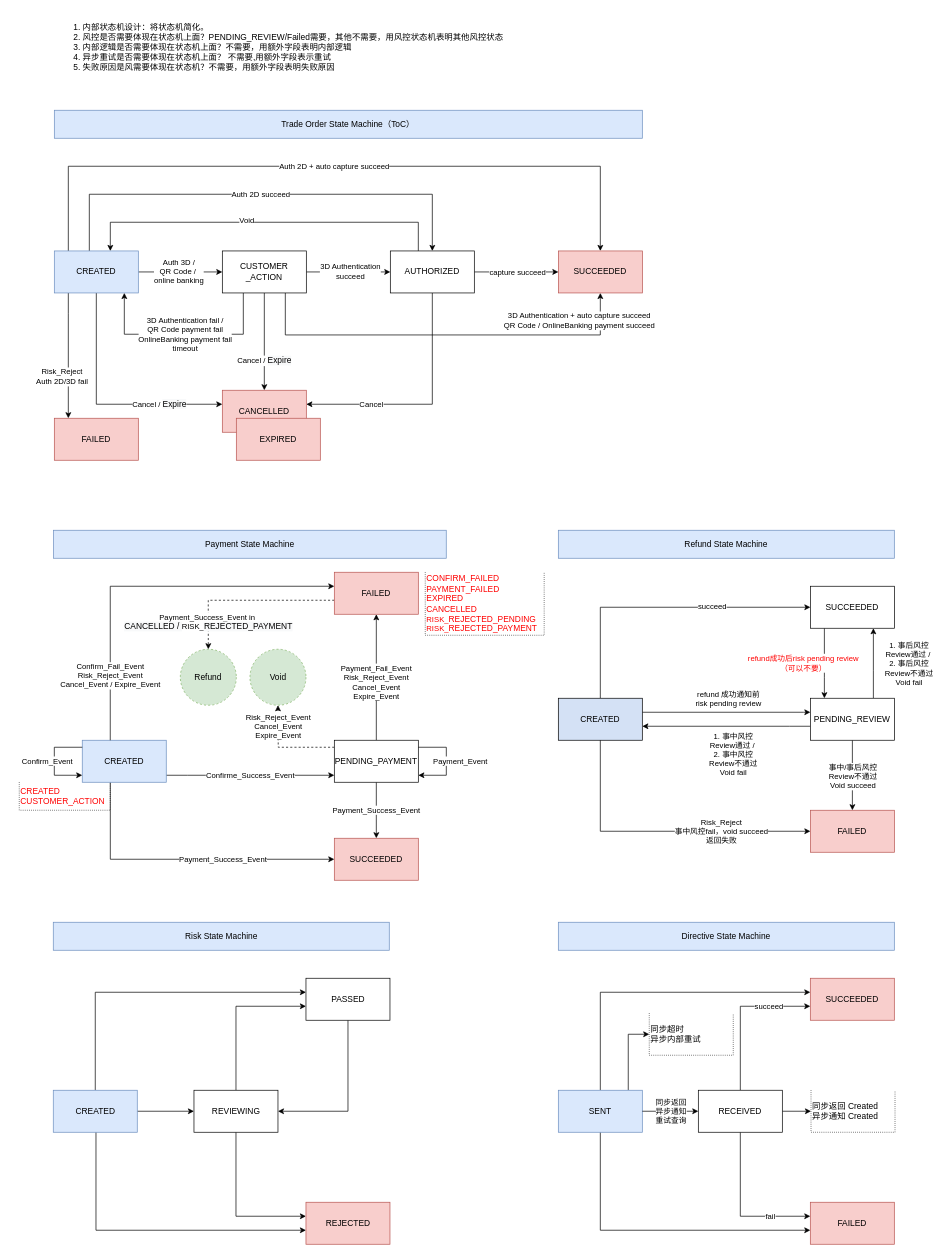
The draw.io diagram page "新状态机" (6 of 11) of 支付架构.drawio in JudeSheng/design, before the edit. Source tidied: cells renumbered, new cells numbered last; positions are measured from the earlier drawing's top-left corner, leaving out a move shared by most shapes. Both pictures are drawn from the tidied source at 70%, with x=0, y=0 at pixel (19, 12).
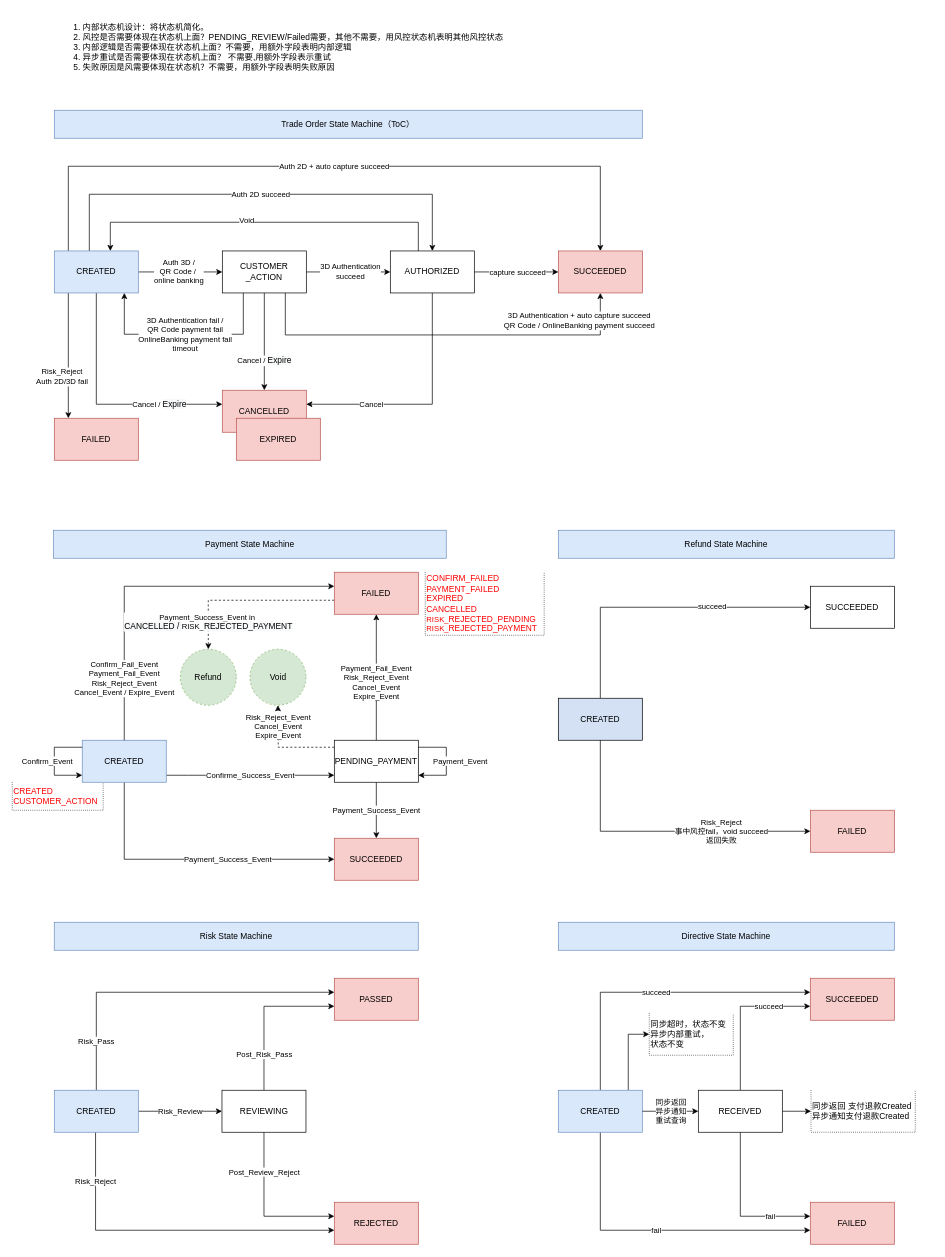
The same diagram, later.

Unchanged cells that the change refers to:
```xml
<mxCell id="33" value="&lt;pre style=&quot;font-size: 9.8pt ; font-family: &amp;#34;jetbrains mono&amp;#34; , monospace&quot;&gt;&lt;span style=&quot;font-family: &amp;#34;helvetica&amp;#34; ; font-size: 12px&quot;&gt;CREATED&lt;/span&gt;&lt;/pre&gt;" style="rounded=0;whiteSpace=wrap;html=1;fillColor=#D4E1F5;" parent="1" vertex="1">
  <mxGeometry x="770.1" y="980" width="120" height="60" as="geometry" />
</mxCell>
<mxCell id="34" value="&lt;pre style=&quot;font-family: &amp;#34;jetbrains mono&amp;#34; , monospace ; font-size: 9.8pt&quot;&gt;&lt;span style=&quot;font-family: &amp;#34;helvetica&amp;#34; ; font-size: 12px&quot;&gt;FAILED&lt;/span&gt;&lt;br&gt;&lt;/pre&gt;" style="rounded=0;whiteSpace=wrap;html=1;fillColor=#f8cecc;strokeColor=#b85450;" parent="1" vertex="1">
  <mxGeometry x="1130.2" y="1140" width="120" height="60" as="geometry" />
</mxCell>
<mxCell id="44" value="&lt;pre style=&quot;font-family: &amp;#34;jetbrains mono&amp;#34; , monospace ; font-size: 9.8pt&quot;&gt;&lt;span style=&quot;font-family: &amp;#34;helvetica&amp;#34; ; font-size: 12px&quot;&gt;SUCCEEDED&lt;/span&gt;&lt;br&gt;&lt;/pre&gt;" style="rounded=0;whiteSpace=wrap;html=1;labelBackgroundColor=none;fontStyle=0;" parent="1" vertex="1">
  <mxGeometry x="1130.2" y="820" width="120" height="60" as="geometry" />
</mxCell>
<mxCell id="57" value="&lt;pre style=&quot;font-family: &amp;#34;jetbrains mono&amp;#34; , monospace ; font-size: 9.8pt&quot;&gt;&lt;span style=&quot;font-family: &amp;#34;helvetica&amp;#34; ; font-size: 12px&quot;&gt;FAILED&lt;/span&gt;&lt;br&gt;&lt;/pre&gt;" style="rounded=0;whiteSpace=wrap;html=1;fillColor=#f8cecc;strokeColor=#b85450;" parent="1" vertex="1">
  <mxGeometry x="1130.1" y="1700" width="120" height="60" as="geometry" />
</mxCell>
<mxCell id="58" value="&lt;pre style=&quot;font-family: &amp;#34;jetbrains mono&amp;#34; , monospace ; font-size: 9.8pt&quot;&gt;&lt;span style=&quot;font-family: &amp;#34;helvetica&amp;#34; ; font-size: 12px&quot;&gt;SUCCEEDED&lt;/span&gt;&lt;br&gt;&lt;/pre&gt;" style="rounded=0;whiteSpace=wrap;html=1;labelBackgroundColor=none;fontStyle=0;fillColor=#f8cecc;strokeColor=#b85450;" parent="1" vertex="1">
  <mxGeometry x="1130.1" y="1380" width="120" height="60" as="geometry" />
</mxCell>
<mxCell id="65" value="CREATED" style="rounded=0;whiteSpace=wrap;html=1;fillColor=#dae8fc;strokeColor=#6c8ebf;" parent="1" vertex="1">
  <mxGeometry x="90" y="1040" width="120" height="60" as="geometry" />
</mxCell>
<mxCell id="72" value="FAILED&lt;span style=&quot;font-size: 11px&quot;&gt;&lt;br&gt;&lt;/span&gt;" style="whiteSpace=wrap;html=1;fillColor=#f8cecc;strokeColor=#b85450;" parent="1" vertex="1">
  <mxGeometry x="450.1" y="800" width="120" height="60" as="geometry" />
</mxCell>
<mxCell id="73" value="SUCCEEDED" style="rounded=0;whiteSpace=wrap;html=1;fillColor=#f8cecc;strokeColor=#b85450;" parent="1" vertex="1">
  <mxGeometry x="450.1" y="1180" width="120" height="60" as="geometry" />
</mxCell>
```

Diff of the diagram source:
```diff
@@
-    <mxCell id="31" style="edgeStyle=orthogonalEdgeStyle;rounded=0;jettySize=auto;html=1;" parent="1" edge="1" source="33" target="42">
-      <mxGeometry relative="1" as="geometry">
-        <Array as="points">
-          <mxPoint x="1120.2" y="1000" />
-          <mxPoint x="1120.2" y="1000" />
-        </Array>
-      </mxGeometry>
-    </mxCell>
-    <mxCell id="32" value="refund 成功通知前&lt;br&gt;risk pending review" style="edgeLabel;html=1;align=center;verticalAlign=middle;" parent="31" vertex="1">
-      <mxGeometry x="-0.06" relative="1" as="geometry">
-        <mxPoint x="9" y="-20" as="offset" />
-      </mxGeometry>
-    </mxCell>
@@
-    <mxCell id="36" value="1. 事中风控&lt;br&gt;Review通过 /&amp;nbsp;&lt;br&gt;2. 事中风控&lt;br&gt;Review不通过&lt;br&gt;Void fail" style="edgeStyle=orthogonalEdgeStyle;rounded=0;jettySize=auto;html=1;" parent="1" edge="1" source="42" target="33">
-      <mxGeometry x="-0.08" y="40" relative="1" as="geometry">
-        <Array as="points">
-          <mxPoint x="1100.2" y="1020" />
-          <mxPoint x="1100.2" y="1020" />
-        </Array>
-      </mxGeometry>
-    </mxCell>
-    <mxCell id="37" style="edgeStyle=orthogonalEdgeStyle;rounded=0;jettySize=auto;html=1;" parent="1" edge="1" source="42" target="34">
-      <mxGeometry relative="1" as="geometry" />
-    </mxCell>
-    <mxCell id="38" value="事中/事后风控&lt;br&gt;Review不通过&lt;br&gt;Void succeed" style="edgeLabel;html=1;align=center;verticalAlign=middle;" parent="37" vertex="1">
-      <mxGeometry x="0.01" relative="1" as="geometry" />
-    </mxCell>
-    <mxCell id="39" style="edgeStyle=orthogonalEdgeStyle;rounded=0;jettySize=auto;html=1;" parent="1" edge="1" source="42" target="44">
-      <mxGeometry relative="1" as="geometry">
-        <Array as="points">
-          <mxPoint x="1220.2" y="940" />
-          <mxPoint x="1220.2" y="940" />
-        </Array>
-      </mxGeometry>
-    </mxCell>
-    <mxCell id="40" value="1. 事后风控&lt;br&gt;Review通过 /&amp;nbsp;&lt;br&gt;2. 事后风控&lt;br&gt;Review不通过&lt;br&gt;Void fail" style="edgeLabel;html=1;align=center;verticalAlign=middle;" parent="39" vertex="1">
-      <mxGeometry x="-0.04" y="-1" relative="1" as="geometry">
-        <mxPoint x="49" y="-2" as="offset" />
-      </mxGeometry>
-    </mxCell>
@@
-    <mxCell id="42" value="PENDING_REVIEW" style="rounded=0;whiteSpace=wrap;html=1;" parent="1" vertex="1">
-      <mxGeometry x="1130.2" y="980" width="120" height="60" as="geometry" />
-    </mxCell>
-    <mxCell id="43" value="&lt;font color=&quot;#ff0000&quot;&gt;refund成功后risk pending review&lt;br&gt;（可以不要）&lt;/font&gt;" style="edgeStyle=orthogonalEdgeStyle;rounded=0;jettySize=auto;html=1;" parent="1" edge="1" source="44" target="42">
-      <mxGeometry y="-30" relative="1" as="geometry">
-        <Array as="points">
-          <mxPoint x="1150.2" y="950" />
-          <mxPoint x="1150.2" y="950" />
-        </Array>
-      </mxGeometry>
-    </mxCell>
@@
-    <mxCell id="46" style="edgeStyle=orthogonalEdgeStyle;rounded=0;jettySize=auto;html=1;" parent="1" edge="1" source="49" target="57">
+    <mxCell id="46" value="fail" style="edgeStyle=orthogonalEdgeStyle;rounded=0;jettySize=auto;html=1;" parent="1" edge="1" source="49" target="57">
       <mxGeometry relative="1" as="geometry">
         <Array as="points">
           <mxPoint x="830.1" y="1740" />
         </Array>
       </mxGeometry>
     </mxCell>
-    <mxCell id="47" style="edgeStyle=orthogonalEdgeStyle;rounded=0;jettySize=auto;html=1;" parent="1" edge="1" source="49" target="58">
+    <mxCell id="47" value="succeed" style="edgeStyle=orthogonalEdgeStyle;rounded=0;jettySize=auto;html=1;" parent="1" edge="1" source="49" target="58">
       <mxGeometry relative="1" as="geometry">
         <Array as="points">
           <mxPoint x="830" y="1400" />
         </Array>
       </mxGeometry>
     </mxCell>
@@
-    <mxCell id="49" value="&lt;pre style=&quot;font-family: &amp;#34;jetbrains mono&amp;#34; , monospace ; font-size: 9.8pt&quot;&gt;&lt;pre style=&quot;font-family: &amp;#34;jetbrains mono&amp;#34; , monospace ; font-size: 9.8pt&quot;&gt;&lt;span style=&quot;font-family: &amp;#34;helvetica&amp;#34; ; font-size: 12px&quot;&gt;SENT&lt;/span&gt;&lt;br&gt;&lt;/pre&gt;&lt;/pre&gt;" style="rounded=0;whiteSpace=wrap;html=1;fillColor=#dae8fc;strokeColor=#6c8ebf;fontStyle=0;" parent="1" vertex="1">
+    <mxCell id="49" value="&lt;pre style=&quot;font-family: &amp;#34;jetbrains mono&amp;#34; , monospace ; font-size: 9.8pt&quot;&gt;&lt;pre style=&quot;font-family: &amp;#34;jetbrains mono&amp;#34; , monospace ; font-size: 9.8pt&quot;&gt;&lt;span style=&quot;font-family: &amp;#34;helvetica&amp;#34; ; font-size: 12px&quot;&gt;CREATED&lt;/span&gt;&lt;br&gt;&lt;/pre&gt;&lt;/pre&gt;" style="rounded=0;whiteSpace=wrap;html=1;fillColor=#dae8fc;strokeColor=#6c8ebf;fontStyle=0;" parent="1" vertex="1">
       <mxGeometry x="770.1" y="1540" width="120" height="60" as="geometry" />
     </mxCell>
@@
-    <mxCell id="59" value="同步返回 Created&lt;br&gt;异步通知 Created" style="strokeWidth=1;html=1;shape=mxgraph.flowchart.annotation_1;align=left;direction=north;dashed=1;dashPattern=1 2;labelBackgroundColor=none;" parent="1" vertex="1">
-      <mxGeometry x="1131.1" y="1540" width="120" height="60" as="geometry" />
+    <mxCell id="59" value="同步返回 支付退款Created&lt;br&gt;异步通知支付退款Created" style="strokeWidth=1;html=1;shape=mxgraph.flowchart.annotation_1;align=left;direction=north;dashed=1;dashPattern=1 2;labelBackgroundColor=none;" parent="1" vertex="1">
+      <mxGeometry x="1131.1" y="1540" width="148.9" height="60" as="geometry" />
     </mxCell>
-    <mxCell id="60" value="同步超时&lt;br&gt;异步内部重试" style="strokeWidth=1;html=1;shape=mxgraph.flowchart.annotation_1;align=left;direction=north;dashed=1;dashPattern=1 2;labelBackgroundColor=none;" parent="1" vertex="1">
+    <mxCell id="60" value="同步超时，状态不变&lt;br&gt;异步内部重试，&lt;br&gt;状态不变" style="strokeWidth=1;html=1;shape=mxgraph.flowchart.annotation_1;align=left;direction=north;dashed=1;dashPattern=1 2;labelBackgroundColor=none;" parent="1" vertex="1">
       <mxGeometry x="900" y="1430" width="120" height="60" as="geometry" />
     </mxCell>
@@
     <mxCell id="64" value="&lt;span style=&quot;font-family: &amp;#34;helvetica&amp;#34;&quot;&gt;Payment_Success_Event&lt;/span&gt;" style="edgeStyle=orthogonalEdgeStyle;rounded=0;jettySize=auto;html=1;" parent="1" edge="1" source="65" target="73">
       <mxGeometry x="0.26" relative="1" as="geometry">
         <Array as="points">
-          <mxPoint x="130.1" y="1210" />
+          <mxPoint x="150" y="1210" />
         </Array>
       </mxGeometry>
     </mxCell>
@@
-    <mxCell id="70" value="&lt;span style=&quot;font-family: &amp;#34;helvetica&amp;#34;&quot;&gt;Confirm_Fail_Event&lt;br&gt;Risk_Reject_Event&lt;br&gt;Cancel_Event / Expire_Event&lt;br&gt;&lt;/span&gt;" style="edgeStyle=orthogonalEdgeStyle;rounded=0;jettySize=auto;html=1;fillColor=#FF3333;fontColor=#000000;" parent="1" edge="1" source="65" target="72">
+    <mxCell id="70" value="&lt;span style=&quot;font-family: &amp;#34;helvetica&amp;#34;&quot;&gt;Confirm_Fail_Event&lt;br&gt;&lt;/span&gt;&lt;span style=&quot;font-family: &amp;#34;helvetica&amp;#34;&quot;&gt;Payment_Fail_Event&lt;/span&gt;&lt;span style=&quot;font-family: &amp;#34;helvetica&amp;#34;&quot;&gt;&lt;br&gt;Risk_Reject_Event&lt;br&gt;Cancel_Event / Expire_Event&lt;br&gt;&lt;/span&gt;" style="edgeStyle=orthogonalEdgeStyle;rounded=0;jettySize=auto;html=1;fillColor=#FF3333;fontColor=#000000;" parent="1" edge="1" source="65" target="72">
       <mxGeometry x="-0.66" relative="1" as="geometry">
         <Array as="points">
-          <mxPoint x="130" y="820" />
+          <mxPoint x="150" y="820" />
         </Array>
       </mxGeometry>
     </mxCell>
@@
-    <mxCell id="75" style="edgeStyle=orthogonalEdgeStyle;rounded=0;jettySize=auto;html=1;fontColor=#000000;" parent="1" edge="1" source="77" target="80">
-      <mxGeometry relative="1" as="geometry">
-        <Array as="points">
-          <mxPoint x="309.6" y="1720" />
-        </Array>
-      </mxGeometry>
-    </mxCell>
-    <mxCell id="76" style="edgeStyle=orthogonalEdgeStyle;rounded=0;jettySize=auto;html=1;fontColor=#000000;" parent="1" edge="1" source="77" target="79">
-      <mxGeometry relative="1" as="geometry">
-        <Array as="points">
-          <mxPoint x="309.6" y="1420" />
-        </Array>
-      </mxGeometry>
-    </mxCell>
-    <mxCell id="77" value="REVIEWING" style="rounded=0;whiteSpace=wrap;html=1;" parent="1" vertex="1">
-      <mxGeometry x="249.6" y="1540" width="120" height="60" as="geometry" />
-    </mxCell>
-    <mxCell id="78" style="edgeStyle=orthogonalEdgeStyle;rounded=0;jettySize=auto;html=1;fontColor=#000000;" parent="1" edge="1" source="79" target="77">
-      <mxGeometry relative="1" as="geometry">
-        <Array as="points">
-          <mxPoint x="469.6" y="1570" />
-        </Array>
-      </mxGeometry>
-    </mxCell>
-    <mxCell id="79" value="PASSED" style="rounded=0;whiteSpace=wrap;html=1;" parent="1" vertex="1">
-      <mxGeometry x="409.6" y="1380" width="120" height="60" as="geometry" />
-    </mxCell>
+    <mxCell id="91" value="&lt;span style=&quot;color: rgb(0 , 0 , 0)&quot;&gt;Risk_Review&lt;/span&gt;" style="edgeStyle=orthogonalEdgeStyle;rounded=0;jettySize=auto;html=1;fontColor=#FF0000;" parent="1" edge="1" source="84" target="77">
+      <mxGeometry relative="1" as="geometry">
+        <Array as="points">
+          <mxPoint x="200" y="1570" />
+          <mxPoint x="200" y="1570" />
+        </Array>
+      </mxGeometry>
+    </mxCell>
     <mxCell id="80" value="REJECTED" style="rounded=0;whiteSpace=wrap;html=1;fillColor=#f8cecc;strokeColor=#b85450;" parent="1" vertex="1">
-      <mxGeometry x="409.6" y="1700" width="120" height="60" as="geometry" />
+      <mxGeometry x="450.1" y="1700" width="120" height="60" as="geometry" />
     </mxCell>
-    <mxCell id="81" style="edgeStyle=orthogonalEdgeStyle;rounded=0;jettySize=auto;html=1;fontColor=#000000;" parent="1" edge="1" source="84" target="77">
-      <mxGeometry relative="1" as="geometry" />
+    <mxCell id="81" value="Risk_Pass" style="edgeStyle=orthogonalEdgeStyle;rounded=0;jettySize=auto;html=1;fontColor=#000000;" parent="1" edge="1" source="84" target="79">
+      <mxGeometry x="-0.71" relative="1" as="geometry">
+        <Array as="points">
+          <mxPoint x="110" y="1400" />
+        </Array>
+      </mxGeometry>
     </mxCell>
-    <mxCell id="82" style="edgeStyle=orthogonalEdgeStyle;rounded=0;jettySize=auto;html=1;fontColor=#000000;" parent="1" edge="1" source="84" target="79">
-      <mxGeometry relative="1" as="geometry">
-        <Array as="points">
-          <mxPoint x="108.6" y="1400" />
-        </Array>
-      </mxGeometry>
-    </mxCell>
-    <mxCell id="83" style="edgeStyle=orthogonalEdgeStyle;rounded=0;jettySize=auto;html=1;fontColor=#000000;" parent="1" edge="1" source="84" target="80">
-      <mxGeometry relative="1" as="geometry">
+    <mxCell id="83" value="Risk_Reject" style="edgeStyle=orthogonalEdgeStyle;rounded=0;jettySize=auto;html=1;fontColor=#000000;" parent="1" edge="1" source="84" target="80">
+      <mxGeometry x="-0.71" relative="1" as="geometry">
         <Array as="points">
-          <mxPoint x="109.6" y="1740" />
+          <mxPoint x="109" y="1740" />
         </Array>
       </mxGeometry>
     </mxCell>
     <mxCell id="84" value="CREATED" style="rounded=0;whiteSpace=wrap;html=1;fillColor=#dae8fc;strokeColor=#6c8ebf;" parent="1" vertex="1">
-      <mxGeometry x="48.6" y="1540" width="120" height="60" as="geometry" />
+      <mxGeometry x="50.1" y="1540" width="120" height="60" as="geometry" />
     </mxCell>
     <mxCell id="85" value="Risk State Machine" style="rounded=0;whiteSpace=wrap;html=1;fillColor=#dae8fc;strokeColor=#6c8ebf;" parent="1" vertex="1">
-      <mxGeometry x="48.6" y="1300" width="480" height="40" as="geometry" />
+      <mxGeometry x="50" y="1300" width="520" height="40" as="geometry" />
     </mxCell>
@@
     <mxCell id="90" value="&lt;div style=&quot;text-align: center&quot;&gt;&lt;/div&gt;&lt;span style=&quot;text-align: center&quot;&gt;CREATED&lt;br&gt;&lt;/span&gt;&lt;span style=&quot;text-align: center&quot;&gt;CUSTOMER_ACTION&lt;br&gt;&lt;/span&gt;" style="strokeWidth=1;html=1;shape=mxgraph.flowchart.annotation_1;align=left;direction=north;dashed=1;dashPattern=1 2;labelBackgroundColor=none;fontColor=#FF0000;fillColor=#D4E1F5;" parent="1" vertex="1">
-      <mxGeometry y="1100" width="129.9" height="40" as="geometry" />
+      <mxGeometry x="-10" y="1100" width="129.9" height="40" as="geometry" />
     </mxCell>
+    <mxCell id="79" value="PASSED" style="rounded=0;whiteSpace=wrap;html=1;fillColor=#f8cecc;strokeColor=#b85450;" parent="1" vertex="1">
+      <mxGeometry x="450.1" y="1380" width="120" height="60" as="geometry" />
+    </mxCell>
+    <mxCell id="76" value="&lt;span style=&quot;color: rgb(0 , 0 , 0)&quot;&gt;Post_Risk_Pass&lt;/span&gt;" style="edgeStyle=orthogonalEdgeStyle;rounded=0;jettySize=auto;html=1;fontColor=#FF0000;" parent="1" edge="1" source="77" target="79">
+      <mxGeometry x="-0.54" relative="1" as="geometry">
+        <Array as="points">
+          <mxPoint x="350" y="1420" />
+        </Array>
+      </mxGeometry>
+    </mxCell>
+    <mxCell id="75" value="&lt;span style=&quot;color: rgb(0 , 0 , 0)&quot;&gt;Post_Review_Reject&lt;/span&gt;" style="edgeStyle=orthogonalEdgeStyle;rounded=0;jettySize=auto;html=1;fontColor=#FF0000;" parent="1" edge="1" source="77" target="80">
+      <mxGeometry x="-0.48" relative="1" as="geometry">
+        <Array as="points">
+          <mxPoint x="350" y="1720" />
+        </Array>
+      </mxGeometry>
+    </mxCell>
+    <mxCell id="77" value="&lt;span&gt;REVIEWING&lt;/span&gt;" style="rounded=0;whiteSpace=wrap;html=1;" parent="1" vertex="1">
+      <mxGeometry x="289.6" y="1540" width="120" height="60" as="geometry" />
+    </mxCell>
```
